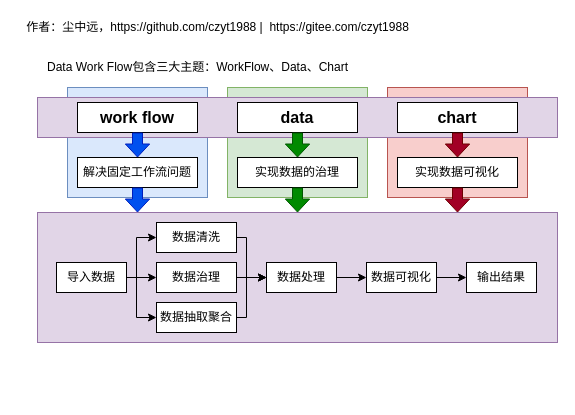
Before: doc/about-data-work-flow.drawio in czyt1988/data-workbench, a draw.io diagram. Source tidied: cells renumbered, new cells numbered last; positions are measured from the earlier drawing's top-left corner, leaving out a move shared by most shapes. Both pictures are drawn from the tidied source at 100%, with x=0, y=0 at pixel (17, 17). Pictures stored in the file or linked from it are replaced by grey dashed boxes.
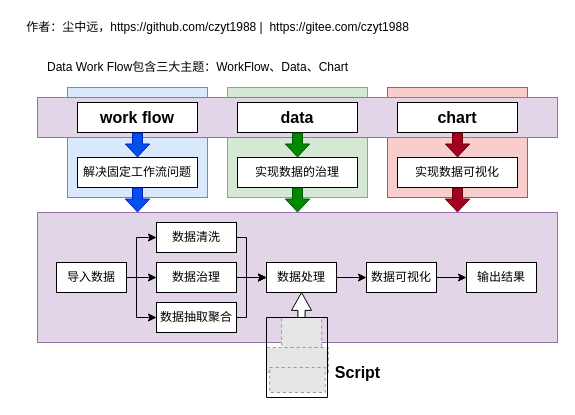
The same page after the edit.

What changed in the source:
```diff
@@
+    <mxCell id="37" style="fillColor=#E6E6E6;strokeColor=#999999;dashed=1;" parent="1" vertex="1">
+      <mxGeometry x="264.1" y="300" width="40" height="40" as="geometry" />
+    </mxCell>
+    <mxCell id="38" style="fillColor=#E6E6E6;strokeColor=#999999;dashed=1;" parent="1" vertex="1">
+      <mxGeometry x="249.1" y="330" width="61.8" height="25" as="geometry" />
+    </mxCell>
+    <mxCell id="39" style="fillColor=#E6E6E6;strokeColor=#999999;dashed=1;" parent="1" vertex="1">
+      <mxGeometry x="252.2" y="350" width="55.6" height="25" as="geometry" />
+    </mxCell>
+    <mxCell id="40" style="html=1;shadow=0;dashed=0;align=center;verticalAlign=middle;shape=mxgraph.arrows2.arrow;dy=0.64;dx=17.86;direction=north;notch=0;" parent="1" vertex="1">
+      <mxGeometry x="274" y="275" width="20" height="25" as="geometry" />
+    </mxCell>
+    <mxCell id="41" style="swimlane;startSize=0;" parent="1" vertex="1">
+      <mxGeometry x="249" y="300" width="61" height="80" as="geometry" />
+    </mxCell>
+    <mxCell id="42" value="Script" style="text;html=1;align=center;verticalAlign=middle;strokeColor=none;fillColor=none;fontStyle=1;fontFamily=Helvetica;fontSize=16;fontColor=default;" parent="1" vertex="1">
+      <mxGeometry x="310" y="340" width="60" height="30" as="geometry" />
+    </mxCell>
```
